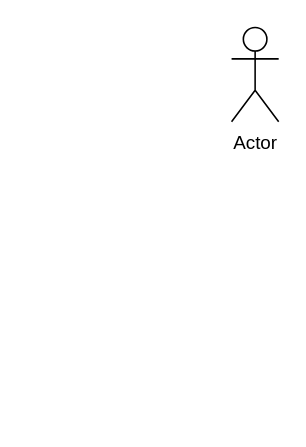
Before: KrantzMura.drawio in Davidpurtill1101011/Project-Krantz-Mura, a draw.io diagram. Source tidied: cells renumbered, new cells numbered last; positions are measured from the earlier drawing's top-left corner, leaving out a move shared by most shapes. Both pictures are drawn from the tidied source at 157%, with x=0, y=0 at pixel (231, 27).
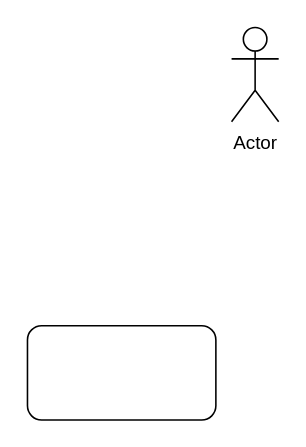
After the change.

The edit, as a diff of the source:
```diff
@@
 <mxGraphModel>
   <root>
     <mxCell id="0" />
     <mxCell id="1" parent="0" />
     <mxCell id="2" value="Actor" style="shape=umlActor;verticalLabelPosition=bottom;verticalAlign=top;html=1;" parent="1" vertex="1">
       <mxGeometry width="30" height="60" as="geometry" />
     </mxCell>
+    <mxCell id="3" style="rounded=1;whiteSpace=wrap;html=1;" parent="1" vertex="1">
+      <mxGeometry x="-130" y="190" width="120" height="60" as="geometry" />
+    </mxCell>
   </root>
 </mxGraphModel>
```
